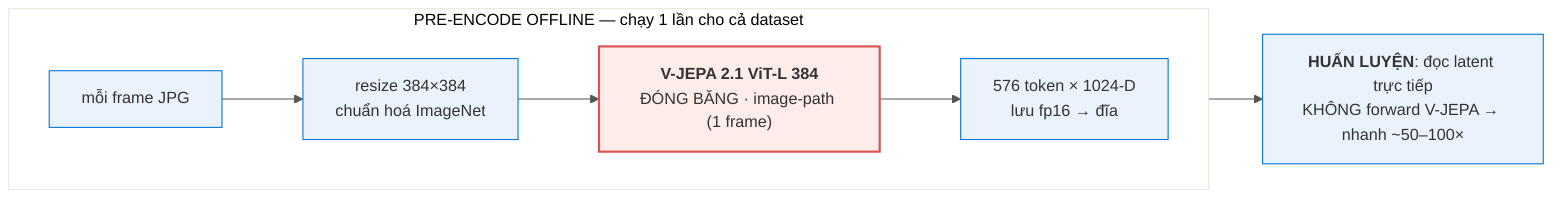
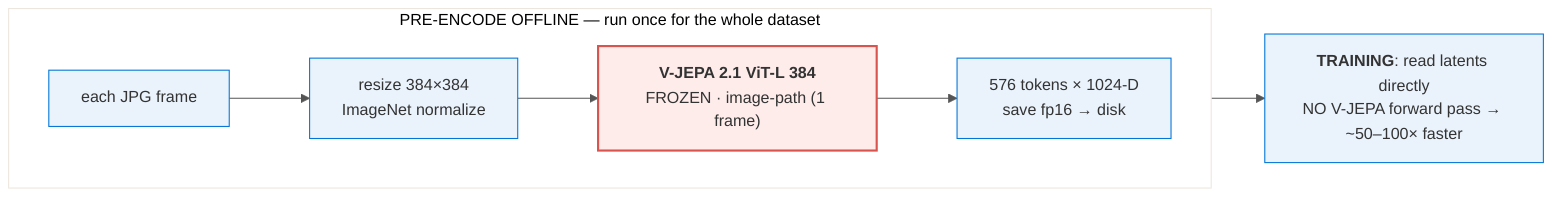
%%{init: {'theme':'base','themeVariables':{'fontSize':'15px','primaryColor':'#eaf2fb','primaryBorderColor':'#0275d8','lineColor':'#555'}}}%%
flowchart LR
-   subgraph OFF["PRE-ENCODE OFFLINE — chạy 1 lần cho cả dataset"]
+   subgraph OFF["PRE-ENCODE OFFLINE — run once for the whole dataset"]
    direction LR
-     A["mỗi frame JPG"] --> B["resize 384×384<br/>chuẩn hoá ImageNet"]
-     B --> C["<b>V-JEPA 2.1 ViT-L 384</b><br/>ĐÓNG BĂNG · image-path (1 frame)"]
-     C --> D["576 token × 1024-D<br/>lưu fp16 → đĩa"]
+     A["each JPG frame"] --> B["resize 384×384<br/>ImageNet normalize"]
+     B --> C["<b>V-JEPA 2.1 ViT-L 384</b><br/>FROZEN · image-path (1 frame)"]
+     C --> D["576 tokens × 1024-D<br/>save fp16 → disk"]
  end
-   D --> E["<b>HUẤN LUYỆN</b>: đọc latent trực tiếp<br/>KHÔNG forward V-JEPA → nhanh ~50–100×"]
+   D --> E["<b>TRAINING</b>: read latents directly<br/>NO V-JEPA forward pass → ~50–100× faster"]
  classDef frozen fill:#fdecea,stroke:#d9534f,stroke-width:2px;
  class C frozen;
